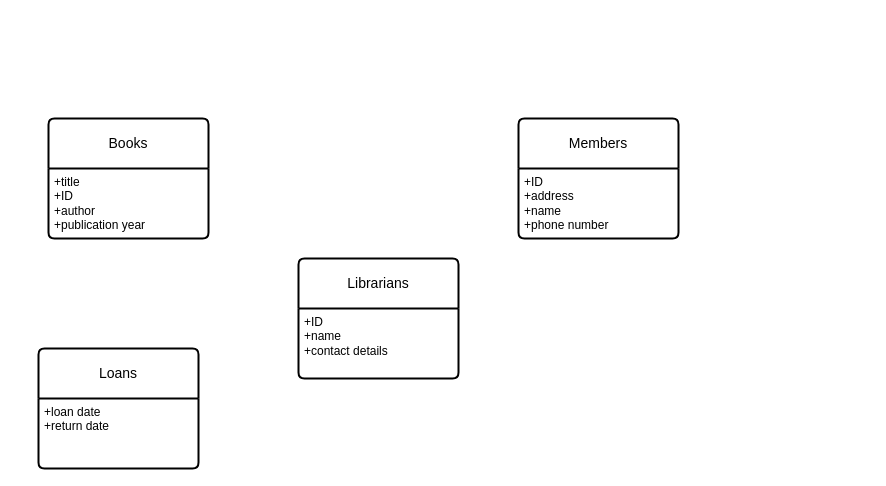
Earlier version of the draw.io diagram at1/Thursday Library.drawio (Cha0ticDawn/at1). Source tidied: cells renumbered, new cells numbered last; positions are measured from the earlier drawing's top-left corner, leaving out a move shared by most shapes. Both pictures are drawn from the tidied source at 100%, with x=0, y=0 at pixel (38, 118).
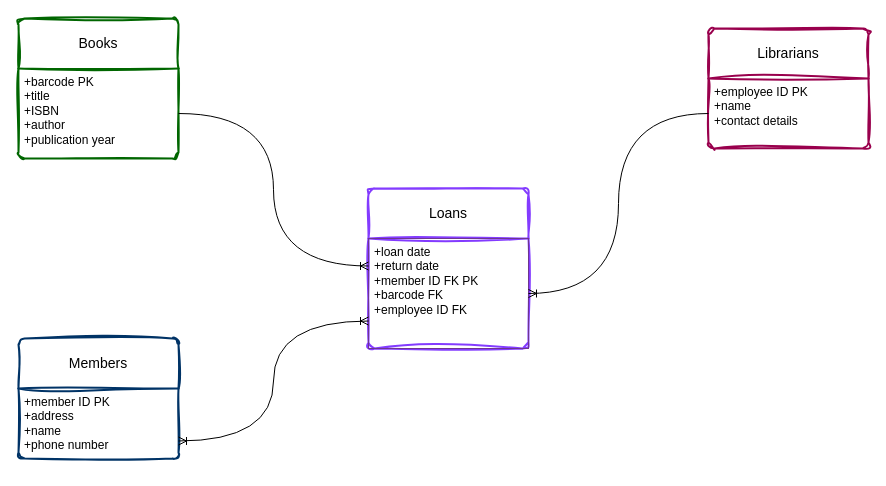
The same page after the edit.

The edit, as a diff of the source:
```diff
@@
 <mxGraphModel>
   <root>
     <mxCell id="0" />
     <mxCell id="1" parent="0" />
-    <mxCell id="2" value="Librarians" style="swimlane;horizontal=1;startSize=50;rounded=1;fontSize=14;fontStyle=0;strokeWidth=2;shadow=0;dashed=0;align=center;arcSize=4;whiteSpace=wrap;html=1;" parent="1" vertex="1">
-      <mxGeometry x="260" y="140" width="160" height="120" as="geometry" />
+    <mxCell id="2" value="Librarians" style="swimlane;horizontal=1;startSize=50;rounded=1;fontSize=14;fontStyle=0;strokeWidth=2;shadow=0;dashed=0;align=center;arcSize=4;whiteSpace=wrap;html=1;strokeColor=#99004D;sketch=1;curveFitting=1;jiggle=2;" parent="1" vertex="1">
+      <mxGeometry x="670" y="-90" width="160" height="120" as="geometry" />
     </mxCell>
-    <mxCell id="3" value="+ID&lt;div&gt;+name&lt;/div&gt;&lt;div&gt;+contact details&lt;/div&gt;" style="align=left;strokeColor=none;fillColor=none;spacingLeft=4;fontSize=12;verticalAlign=top;html=1;" parent="2" vertex="1">
+    <mxCell id="3" value="+employee ID PK&lt;div&gt;+name&lt;/div&gt;&lt;div&gt;+contact details&lt;/div&gt;" style="align=left;strokeColor=none;fillColor=none;spacingLeft=4;fontSize=12;verticalAlign=top;html=1;" parent="2" vertex="1">
       <mxGeometry y="50" width="160" height="70" as="geometry" />
     </mxCell>
-    <mxCell id="4" value="Loans" style="swimlane;horizontal=1;startSize=50;rounded=1;fontSize=14;fontStyle=0;strokeWidth=2;shadow=0;dashed=0;align=center;arcSize=4;whiteSpace=wrap;html=1;" parent="1" vertex="1">
-      <mxGeometry y="230" width="160" height="120" as="geometry" />
+    <mxCell id="4" value="Loans" style="swimlane;horizontal=1;startSize=50;rounded=1;fontSize=14;fontStyle=0;strokeWidth=2;shadow=0;dashed=0;align=center;arcSize=4;whiteSpace=wrap;html=1;strokeColor=#833BFF;fillStyle=hatch;gradientColor=none;swimlaneFillColor=none;glass=0;sketch=1;curveFitting=1;jiggle=2;" parent="1" vertex="1">
+      <mxGeometry x="330" y="70" width="160" height="160" as="geometry" />
     </mxCell>
-    <mxCell id="5" value="+loan date&lt;br&gt;+return date" style="align=left;strokeColor=none;fillColor=none;spacingLeft=4;fontSize=12;verticalAlign=top;html=1;" parent="4" vertex="1">
-      <mxGeometry y="50" width="160" height="70" as="geometry" />
+    <mxCell id="5" value="+loan date&amp;nbsp;&lt;br&gt;+return date&lt;div&gt;+member ID FK PK&lt;/div&gt;&lt;div&gt;+barcode FK&lt;/div&gt;&lt;div&gt;+employee ID FK&lt;/div&gt;" style="align=left;strokeColor=#6E368F;fillColor=none;spacingLeft=4;fontSize=12;verticalAlign=top;html=1;" parent="4" vertex="1">
+      <mxGeometry y="50" width="160" height="110" as="geometry" />
     </mxCell>
-    <mxCell id="6" value="Members" style="swimlane;horizontal=1;startSize=50;rounded=1;fontSize=14;fontStyle=0;strokeWidth=2;shadow=0;dashed=0;align=center;arcSize=4;whiteSpace=wrap;html=1;" parent="1" vertex="1">
-      <mxGeometry x="480" width="160" height="120" as="geometry" />
+    <mxCell id="6" value="Members" style="swimlane;horizontal=1;startSize=50;rounded=1;fontSize=14;fontStyle=0;strokeWidth=2;shadow=0;dashed=0;align=center;arcSize=4;whiteSpace=wrap;html=1;strokeColor=#003366;sketch=1;curveFitting=1;jiggle=2;" parent="1" vertex="1">
+      <mxGeometry x="-20" y="220" width="160" height="120" as="geometry" />
     </mxCell>
-    <mxCell id="7" value="+ID&lt;br&gt;+address&lt;br&gt;+name&lt;div&gt;+phone number&lt;/div&gt;" style="align=left;strokeColor=none;fillColor=none;spacingLeft=4;fontSize=12;verticalAlign=top;html=1;" parent="6" vertex="1">
+    <mxCell id="7" value="&lt;div&gt;+member ID PK&lt;br&gt;+address&lt;br&gt;+name&lt;div&gt;+phone number&lt;/div&gt;&lt;/div&gt;" style="align=left;strokeColor=none;fillColor=none;spacingLeft=4;fontSize=12;verticalAlign=top;html=1;" parent="6" vertex="1">
       <mxGeometry y="50" width="160" height="70" as="geometry" />
     </mxCell>
-    <mxCell id="8" value="Books" style="swimlane;horizontal=1;startSize=50;rounded=1;fontSize=14;fontStyle=0;strokeWidth=2;shadow=0;dashed=0;align=center;arcSize=4;whiteSpace=wrap;html=1;" parent="1" vertex="1">
-      <mxGeometry x="10" width="160" height="120" as="geometry" />
+    <mxCell id="8" value="Books" style="swimlane;horizontal=1;startSize=50;rounded=1;fontSize=14;fontStyle=0;strokeWidth=2;shadow=0;dashed=0;align=center;arcSize=4;whiteSpace=wrap;html=1;strokeColor=#006600;sketch=1;curveFitting=1;jiggle=2;" parent="1" vertex="1">
+      <mxGeometry x="-20" y="-100" width="160" height="140" as="geometry" />
     </mxCell>
-    <mxCell id="9" value="+title&lt;br&gt;+ID&lt;br&gt;+author&lt;div&gt;+publication year&lt;/div&gt;" style="align=left;strokeColor=none;fillColor=none;spacingLeft=4;fontSize=12;verticalAlign=top;html=1;" parent="8" vertex="1">
-      <mxGeometry y="50" width="160" height="70" as="geometry" />
+    <mxCell id="9" value="&lt;div&gt;+barcode PK&lt;br&gt;&lt;/div&gt;+title&lt;br&gt;+ISBN&lt;br&gt;+author&lt;div&gt;+publication year&lt;/div&gt;" style="align=left;strokeColor=none;fillColor=none;spacingLeft=4;fontSize=12;verticalAlign=top;html=1;" parent="8" vertex="1">
+      <mxGeometry y="50" width="160" height="90" as="geometry" />
     </mxCell>
+    <mxCell id="10" style="rounded=0;jettySize=auto;html=1;exitX=0;exitY=0.75;exitDx=0;exitDy=0;entryX=1;entryY=0.75;entryDx=0;entryDy=0;endArrow=ERoneToMany;endFill=0;startArrow=ERoneToMany;startFill=0;edgeStyle=orthogonalEdgeStyle;curved=1;" parent="1" edge="1" source="5" target="7">
+      <mxGeometry relative="1" as="geometry" />
+    </mxCell>
+    <mxCell id="11" style="edgeStyle=orthogonalEdgeStyle;rounded=0;jettySize=auto;html=1;exitX=1;exitY=0.5;exitDx=0;exitDy=0;entryX=0;entryY=0.25;entryDx=0;entryDy=0;curved=1;endArrow=ERoneToMany;endFill=0;" parent="1" edge="1" source="9" target="5">
+      <mxGeometry relative="1" as="geometry" />
+    </mxCell>
+    <mxCell id="12" style="edgeStyle=orthogonalEdgeStyle;rounded=0;jettySize=auto;html=1;exitX=0;exitY=0.5;exitDx=0;exitDy=0;entryX=1;entryY=0.5;entryDx=0;entryDy=0;endArrow=ERoneToMany;endFill=0;curved=1;" parent="1" edge="1" source="3" target="5">
+      <mxGeometry relative="1" as="geometry" />
+    </mxCell>
   </root>
 </mxGraphModel>
```
